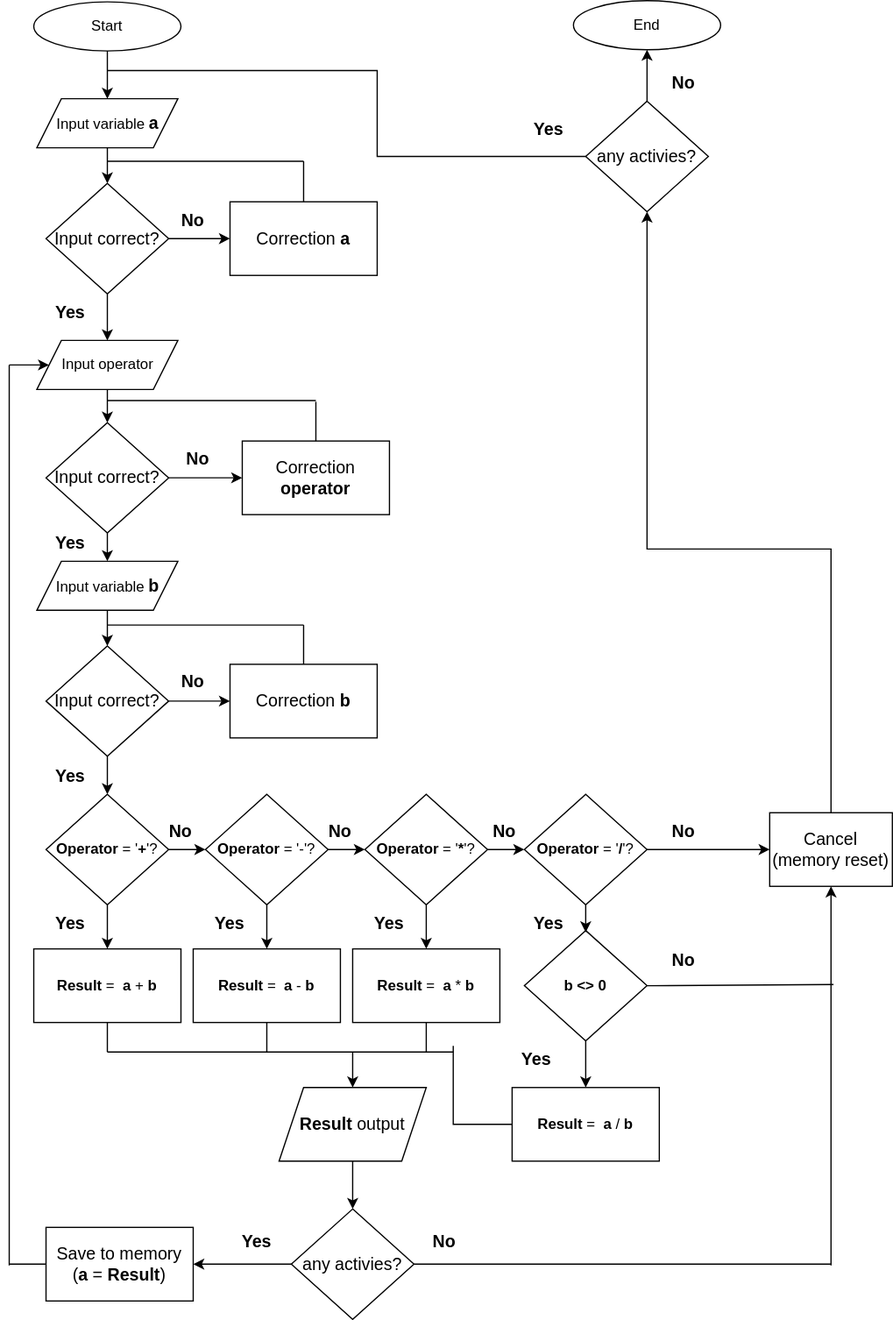
The draw.io diagram calculator.drawio.svg in nfedetsky/data_science, before a commit. Source tidied: cells renumbered, new cells last; positions are measured from the earlier drawing's top-left corner, leaving out a move shared by most shapes.
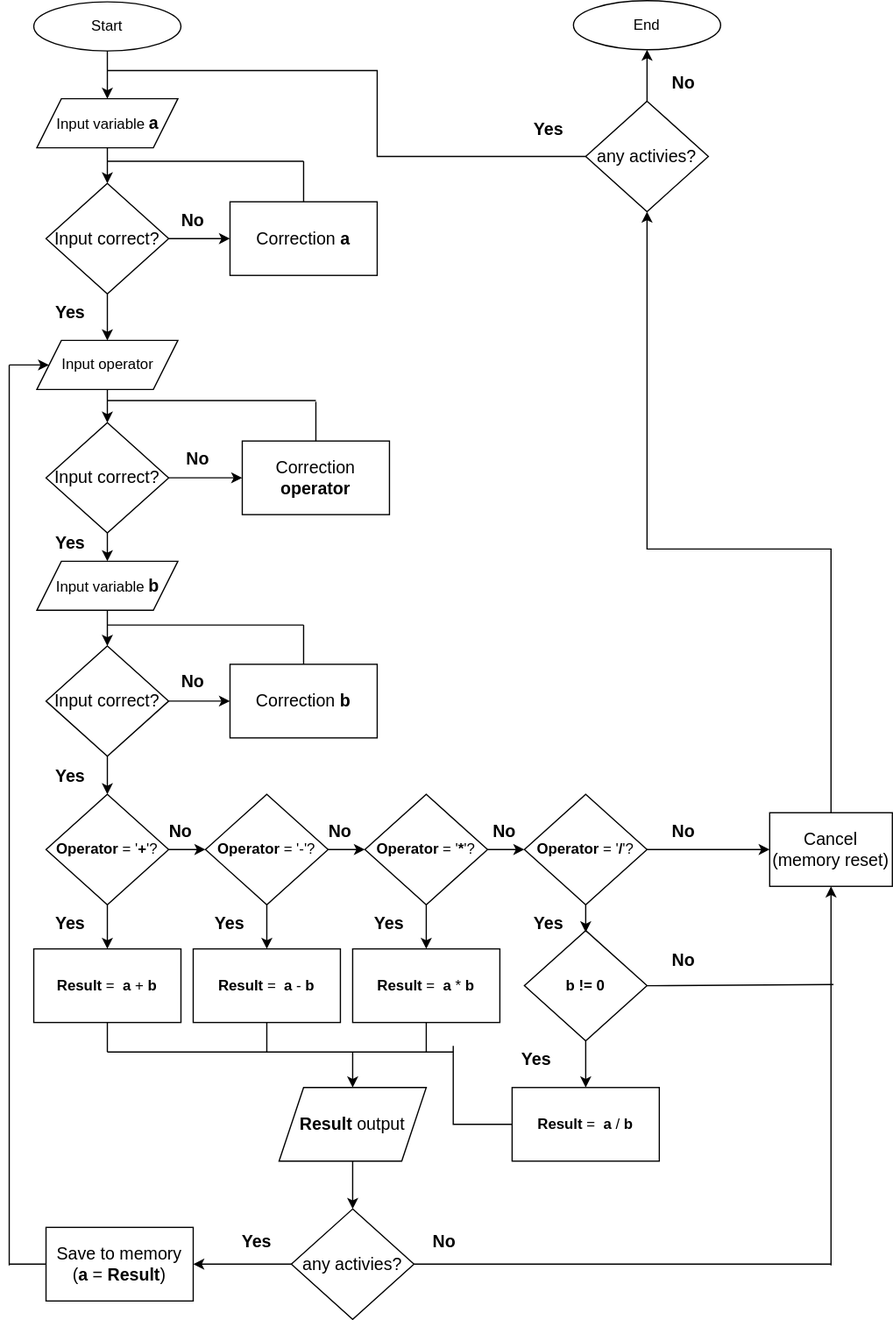
The same diagram one commit later.

The edit, as a diff of the source:
```diff
@@ -295,7 +295,7 @@
     <mxCell id="81" value="&lt;b&gt;No&lt;/b&gt;" style="text;html=1;strokeColor=none;fillColor=none;align=center;verticalAlign=middle;whiteSpace=wrap;rounded=0;fontSize=14;" parent="1" vertex="1">
       <mxGeometry x="520" y="52" width="60" height="30" as="geometry" />
     </mxCell>
-    <mxCell id="82" value="&lt;b&gt;b &amp;lt;&amp;gt; 0&lt;/b&gt;" style="rhombus;whiteSpace=wrap;html=1;" parent="1" vertex="1">
+    <mxCell id="82" value="&lt;b&gt;b != 0&lt;/b&gt;" style="rhombus;whiteSpace=wrap;html=1;" parent="1" vertex="1">
       <mxGeometry x="420" y="758" width="100" height="90" as="geometry" />
     </mxCell>
     <mxCell id="83" style="edgeStyle=orthogonalEdgeStyle;rounded=0;orthogonalLoop=1;jettySize=auto;html=1;exitX=1;exitY=0;exitDx=0;exitDy=0;entryX=1;entryY=0.75;entryDx=0;entryDy=0;fontSize=14;" parent="1" edge="1" source="78" target="78">
```
